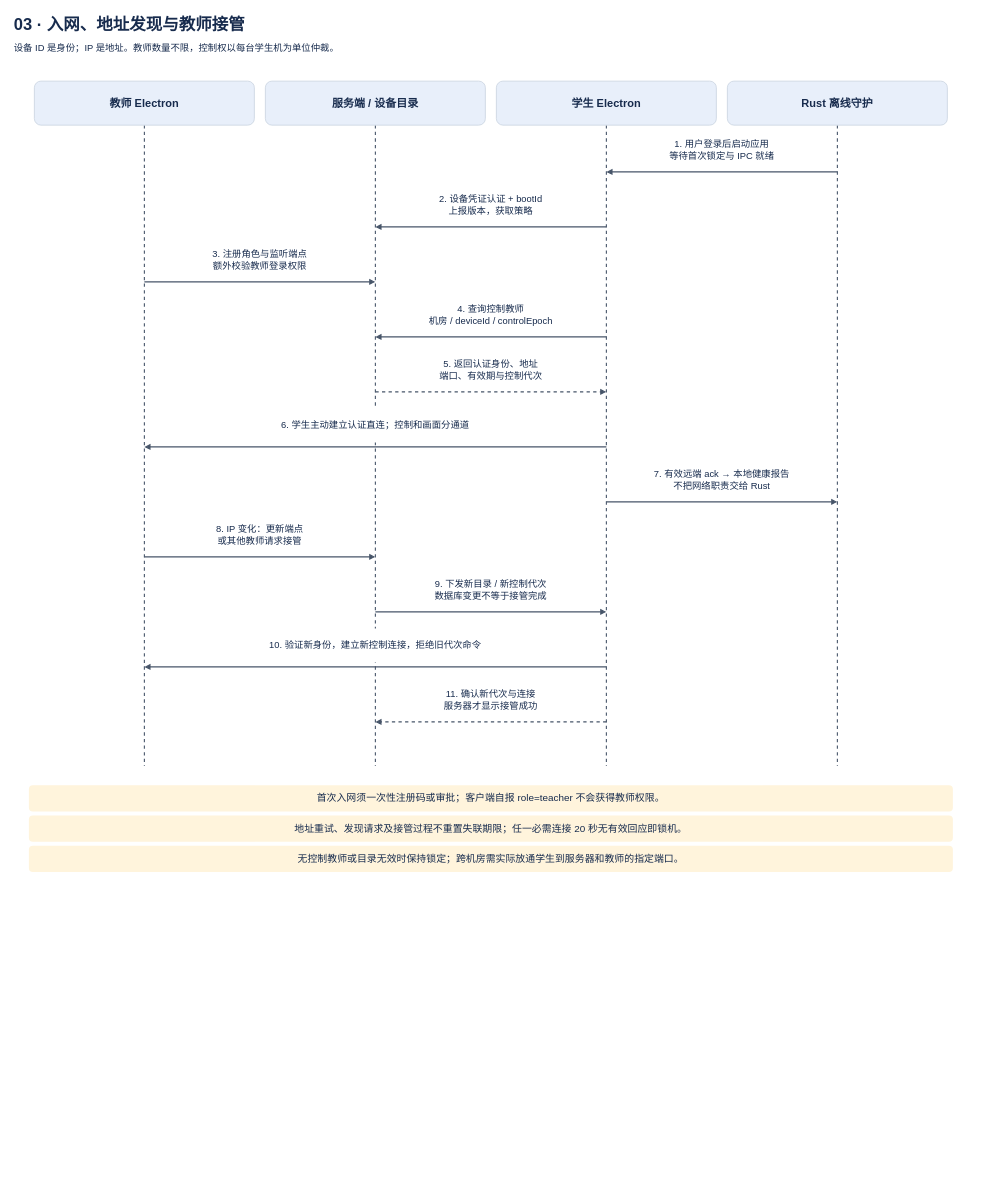
Earlier version of the draw.io diagram page "03 · 入网、地址发现、教师接管与画面订阅" (3 of 10) of docs/architecture.drawio (lmyzzzz/cyez-library-management). Source tidied: cells renumbered, new cells numbered last; positions are measured from the earlier drawing's top-left corner, leaving out a move shared by most shapes. Both pictures are drawn from the tidied source at 55%, with x=0, y=0 at pixel (9, 9).
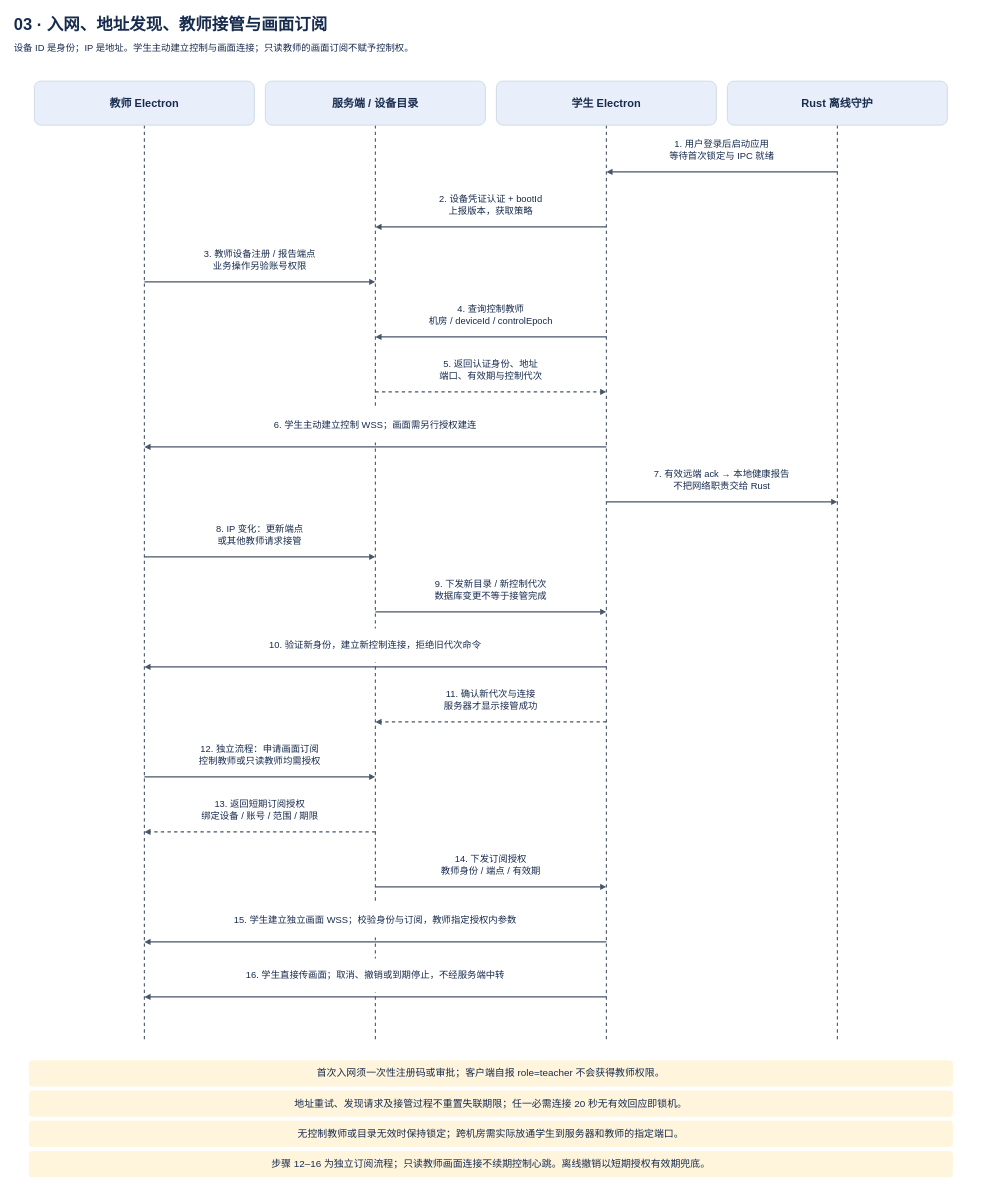
The same diagram, later.

Diff of the diagram source:
```diff
@@
     <mxCell id="2" style="edgeStyle=none;rounded=0;html=0;strokeColor=#475569;strokeWidth=2;endArrow=none;endFill=1;startArrow=none;startFill=1;dashed=1;" parent="1" edge="1">
       <mxGeometry relative="1" as="geometry">
         <mxPoint x="245" y="210" as="sourcePoint" />
-        <mxPoint x="245" y="1375" as="targetPoint" />
+        <mxPoint x="245" y="1875" as="targetPoint" />
       </mxGeometry>
     </mxCell>
     <mxCell id="3" style="edgeStyle=none;rounded=0;html=0;strokeColor=#475569;strokeWidth=2;endArrow=none;endFill=1;startArrow=none;startFill=1;dashed=1;" parent="1" edge="1">
       <mxGeometry relative="1" as="geometry">
         <mxPoint x="665" y="210" as="sourcePoint" />
-        <mxPoint x="665" y="1375" as="targetPoint" />
+        <mxPoint x="665" y="1875" as="targetPoint" />
       </mxGeometry>
     </mxCell>
     <mxCell id="4" style="edgeStyle=none;rounded=0;html=0;strokeColor=#475569;strokeWidth=2;endArrow=none;endFill=1;startArrow=none;startFill=1;dashed=1;" parent="1" edge="1">
       <mxGeometry relative="1" as="geometry">
         <mxPoint x="1085" y="210" as="sourcePoint" />
-        <mxPoint x="1085" y="1375" as="targetPoint" />
+        <mxPoint x="1085" y="1875" as="targetPoint" />
       </mxGeometry>
     </mxCell>
     <mxCell id="5" style="edgeStyle=none;rounded=0;html=0;strokeColor=#475569;strokeWidth=2;endArrow=none;endFill=1;startArrow=none;startFill=1;dashed=1;" parent="1" edge="1">
       <mxGeometry relative="1" as="geometry">
         <mxPoint x="1505" y="210" as="sourcePoint" />
-        <mxPoint x="1505" y="1375" as="targetPoint" />
+        <mxPoint x="1505" y="1875" as="targetPoint" />
       </mxGeometry>
     </mxCell>
@@
+    <mxCell id="37" style="edgeStyle=none;rounded=0;html=0;strokeColor=#475569;strokeWidth=2;endArrow=block;endFill=1;startArrow=none;startFill=1;dashed=0;" parent="1" edge="1">
+      <mxGeometry relative="1" as="geometry">
+        <mxPoint x="245" y="1395" as="sourcePoint" />
+        <mxPoint x="665" y="1395" as="targetPoint" />
+      </mxGeometry>
+    </mxCell>
+    <mxCell id="38" style="edgeStyle=none;rounded=0;html=0;strokeColor=#475569;strokeWidth=2;endArrow=block;endFill=1;startArrow=none;startFill=1;dashed=1;" parent="1" edge="1">
+      <mxGeometry relative="1" as="geometry">
+        <mxPoint x="665" y="1495" as="sourcePoint" />
+        <mxPoint x="245" y="1495" as="targetPoint" />
+      </mxGeometry>
+    </mxCell>
+    <mxCell id="39" style="edgeStyle=none;rounded=0;html=0;strokeColor=#475569;strokeWidth=2;endArrow=block;endFill=1;startArrow=none;startFill=1;dashed=0;" parent="1" edge="1">
+      <mxGeometry relative="1" as="geometry">
+        <mxPoint x="665" y="1595" as="sourcePoint" />
+        <mxPoint x="1085" y="1595" as="targetPoint" />
+      </mxGeometry>
+    </mxCell>
+    <mxCell id="40" style="edgeStyle=none;rounded=0;html=0;strokeColor=#475569;strokeWidth=2;endArrow=block;endFill=1;startArrow=none;startFill=1;dashed=0;" parent="1" edge="1">
+      <mxGeometry relative="1" as="geometry">
+        <mxPoint x="1085" y="1695" as="sourcePoint" />
+        <mxPoint x="245" y="1695" as="targetPoint" />
+      </mxGeometry>
+    </mxCell>
+    <mxCell id="41" style="edgeStyle=none;rounded=0;html=0;strokeColor=#475569;strokeWidth=2;endArrow=block;endFill=1;startArrow=none;startFill=1;dashed=0;" parent="1" edge="1">
+      <mxGeometry relative="1" as="geometry">
+        <mxPoint x="1085" y="1795" as="sourcePoint" />
+        <mxPoint x="245" y="1795" as="targetPoint" />
+      </mxGeometry>
+    </mxCell>
-    <mxCell id="17" value="03 · 入网、地址发现与教师接管" style="rounded=1;whiteSpace=wrap;html=0;fillColor=none;strokeColor=none;strokeWidth=1.5;fontColor=#172b4d;fontFamily=Microsoft YaHei;fontSize=30;fontStyle=1;align=left;verticalAlign=middle;spacing=8;" parent="1" vertex="1">
+    <mxCell id="17" value="03 · 入网、地址发现、教师接管与画面订阅" style="rounded=1;whiteSpace=wrap;html=0;fillColor=none;strokeColor=none;strokeWidth=1.5;fontColor=#172b4d;fontFamily=Microsoft YaHei;fontSize=30;fontStyle=1;align=left;verticalAlign=middle;spacing=8;" parent="1" vertex="1">
       <mxGeometry width="1750" height="52" as="geometry" />
     </mxCell>
-    <mxCell id="18" value="设备 ID 是身份；IP 是地址。教师数量不限，控制权以每台学生机为单位仲裁。" style="rounded=1;whiteSpace=wrap;html=0;fillColor=none;strokeColor=none;strokeWidth=1.5;fontColor=#172b4d;fontFamily=Microsoft YaHei;fontSize=17;fontStyle=0;align=left;verticalAlign=middle;spacing=8;" parent="1" vertex="1">
+    <mxCell id="18" value="设备 ID 是身份；IP 是地址。学生主动建立控制与画面连接；只读教师的画面订阅不赋予控制权。" style="rounded=1;whiteSpace=wrap;html=0;fillColor=none;strokeColor=none;strokeWidth=1.5;fontColor=#172b4d;fontFamily=Microsoft YaHei;fontSize=17;fontStyle=0;align=left;verticalAlign=middle;spacing=8;" parent="1" vertex="1">
       <mxGeometry y="53" width="1750" height="36" as="geometry" />
     </mxCell>
@@
-    <mxCell id="25" value="3. 注册角色与监听端点&#10;额外校验教师登录权限" style="rounded=1;whiteSpace=wrap;html=0;fillColor=#ffffff;strokeColor=none;strokeWidth=1.5;fontColor=#172b4d;fontFamily=Microsoft YaHei;fontSize=17;fontStyle=0;align=center;verticalAlign=middle;spacing=8;" parent="1" vertex="1">
+    <mxCell id="25" value="3. 教师设备注册 / 报告端点&#10;业务操作另验账号权限" style="rounded=1;whiteSpace=wrap;html=0;fillColor=#ffffff;strokeColor=none;strokeWidth=1.5;fontColor=#172b4d;fontFamily=Microsoft YaHei;fontSize=17;fontStyle=0;align=center;verticalAlign=middle;spacing=8;" parent="1" vertex="1">
       <mxGeometry x="253" y="425" width="404" height="62" as="geometry" />
     </mxCell>
@@
-    <mxCell id="28" value="6. 学生主动建立认证直连；控制和画面分通道" style="rounded=1;whiteSpace=wrap;html=0;fillColor=#ffffff;strokeColor=none;strokeWidth=1.5;fontColor=#172b4d;fontFamily=Microsoft YaHei;fontSize=17;fontStyle=0;align=center;verticalAlign=middle;spacing=8;" parent="1" vertex="1">
+    <mxCell id="28" value="6. 学生主动建立控制 WSS；画面需另行授权建连" style="rounded=1;whiteSpace=wrap;html=0;fillColor=#ffffff;strokeColor=none;strokeWidth=1.5;fontColor=#172b4d;fontFamily=Microsoft YaHei;fontSize=17;fontStyle=0;align=center;verticalAlign=middle;spacing=8;" parent="1" vertex="1">
       <mxGeometry x="253" y="725" width="824" height="62" as="geometry" />
     </mxCell>
@@
+    <mxCell id="42" value="12. 独立流程：申请画面订阅&#10;控制教师或只读教师均需授权" style="rounded=1;whiteSpace=wrap;html=0;fillColor=#ffffff;strokeColor=none;strokeWidth=1.5;fontColor=#172b4d;fontFamily=Microsoft YaHei;fontSize=17;fontStyle=0;align=center;verticalAlign=middle;spacing=8;" parent="1" vertex="1">
+      <mxGeometry x="253" y="1325" width="404" height="62" as="geometry" />
+    </mxCell>
+    <mxCell id="43" value="13. 返回短期订阅授权&#10;绑定设备 / 账号 / 范围 / 期限" style="rounded=1;whiteSpace=wrap;html=0;fillColor=#ffffff;strokeColor=none;strokeWidth=1.5;fontColor=#172b4d;fontFamily=Microsoft YaHei;fontSize=17;fontStyle=0;align=center;verticalAlign=middle;spacing=8;" parent="1" vertex="1">
+      <mxGeometry x="253" y="1425" width="404" height="62" as="geometry" />
+    </mxCell>
+    <mxCell id="44" value="14. 下发订阅授权&#10;教师身份 / 端点 / 有效期" style="rounded=1;whiteSpace=wrap;html=0;fillColor=#ffffff;strokeColor=none;strokeWidth=1.5;fontColor=#172b4d;fontFamily=Microsoft YaHei;fontSize=17;fontStyle=0;align=center;verticalAlign=middle;spacing=8;" parent="1" vertex="1">
+      <mxGeometry x="673" y="1525" width="404" height="62" as="geometry" />
+    </mxCell>
+    <mxCell id="45" value="15. 学生建立独立画面 WSS；校验身份与订阅，教师指定授权内参数" style="rounded=1;whiteSpace=wrap;html=0;fillColor=#ffffff;strokeColor=none;strokeWidth=1.5;fontColor=#172b4d;fontFamily=Microsoft YaHei;fontSize=17;fontStyle=0;align=center;verticalAlign=middle;spacing=8;" parent="1" vertex="1">
+      <mxGeometry x="253" y="1625" width="824" height="62" as="geometry" />
+    </mxCell>
+    <mxCell id="46" value="16. 学生直接传画面；取消、撤销或到期停止，不经服务端中转" style="rounded=1;whiteSpace=wrap;html=0;fillColor=#ffffff;strokeColor=none;strokeWidth=1.5;fontColor=#172b4d;fontFamily=Microsoft YaHei;fontSize=17;fontStyle=0;align=center;verticalAlign=middle;spacing=8;" parent="1" vertex="1">
+      <mxGeometry x="253" y="1725" width="824" height="62" as="geometry" />
+    </mxCell>
     <mxCell id="34" value="首次入网须一次性注册码或审批；客户端自报 role=teacher 不会获得教师权限。" style="rounded=1;whiteSpace=wrap;html=0;fillColor=#fff4dc;strokeColor=none;strokeWidth=1.5;fontColor=#172b4d;fontFamily=Microsoft YaHei;fontSize=18;fontStyle=0;align=center;verticalAlign=middle;spacing=8;" parent="1" vertex="1">
-      <mxGeometry x="35" y="1410" width="1680" height="48" as="geometry" />
+      <mxGeometry x="35" y="1910" width="1680" height="48" as="geometry" />
     </mxCell>
     <mxCell id="35" value="地址重试、发现请求及接管过程不重置失联期限；任一必需连接 20 秒无有效回应即锁机。" style="rounded=1;whiteSpace=wrap;html=0;fillColor=#fff4dc;strokeColor=none;strokeWidth=1.5;fontColor=#172b4d;fontFamily=Microsoft YaHei;fontSize=18;fontStyle=0;align=center;verticalAlign=middle;spacing=8;" parent="1" vertex="1">
-      <mxGeometry x="35" y="1465" width="1680" height="48" as="geometry" />
+      <mxGeometry x="35" y="1965" width="1680" height="48" as="geometry" />
     </mxCell>
     <mxCell id="36" value="无控制教师或目录无效时保持锁定；跨机房需实际放通学生到服务器和教师的指定端口。" style="rounded=1;whiteSpace=wrap;html=0;fillColor=#fff4dc;strokeColor=none;strokeWidth=1.5;fontColor=#172b4d;fontFamily=Microsoft YaHei;fontSize=18;fontStyle=0;align=center;verticalAlign=middle;spacing=8;" parent="1" vertex="1">
-      <mxGeometry x="35" y="1520" width="1680" height="48" as="geometry" />
+      <mxGeometry x="35" y="2020" width="1680" height="48" as="geometry" />
     </mxCell>
+    <mxCell id="47" value="步骤 12–16 为独立订阅流程；只读教师画面连接不续期控制心跳。离线撤销以短期授权有效期兜底。" style="rounded=1;whiteSpace=wrap;html=0;fillColor=#fff4dc;strokeColor=none;strokeWidth=1.5;fontColor=#172b4d;fontFamily=Microsoft YaHei;fontSize=18;fontStyle=0;align=center;verticalAlign=middle;spacing=8;" parent="1" vertex="1">
+      <mxGeometry x="35" y="2075" width="1680" height="48" as="geometry" />
+    </mxCell>
```
